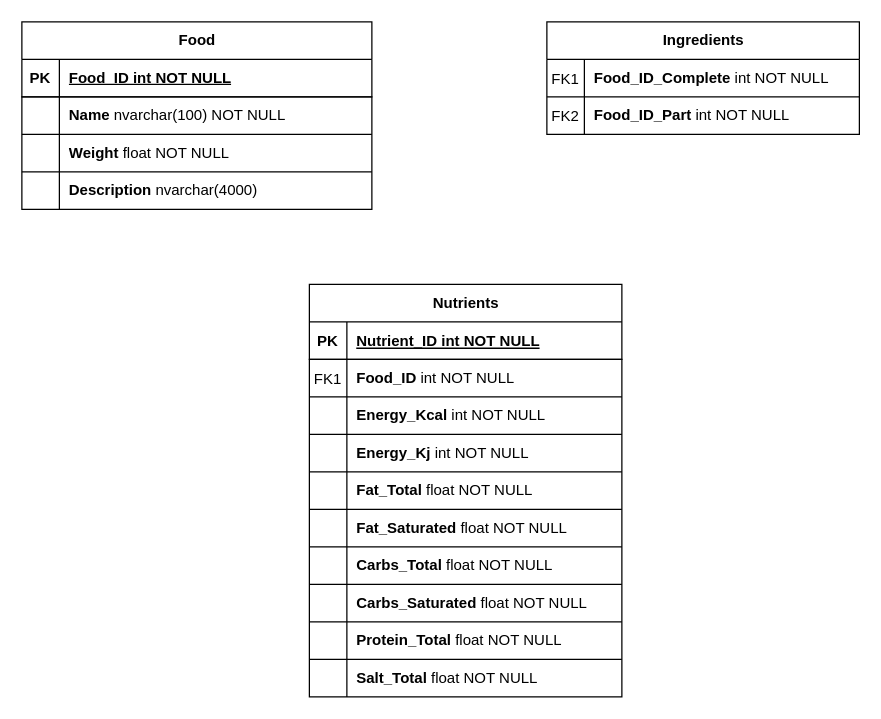
Earlier version of the draw.io diagram docs/Database Food.drawio (dod0lp/Food-Database). Source tidied: cells renumbered, new cells numbered last; positions are measured from the earlier drawing's top-left corner, leaving out a move shared by most shapes. Both pictures are drawn from the tidied source at 125%, with x=0, y=0 at pixel (21, 21).
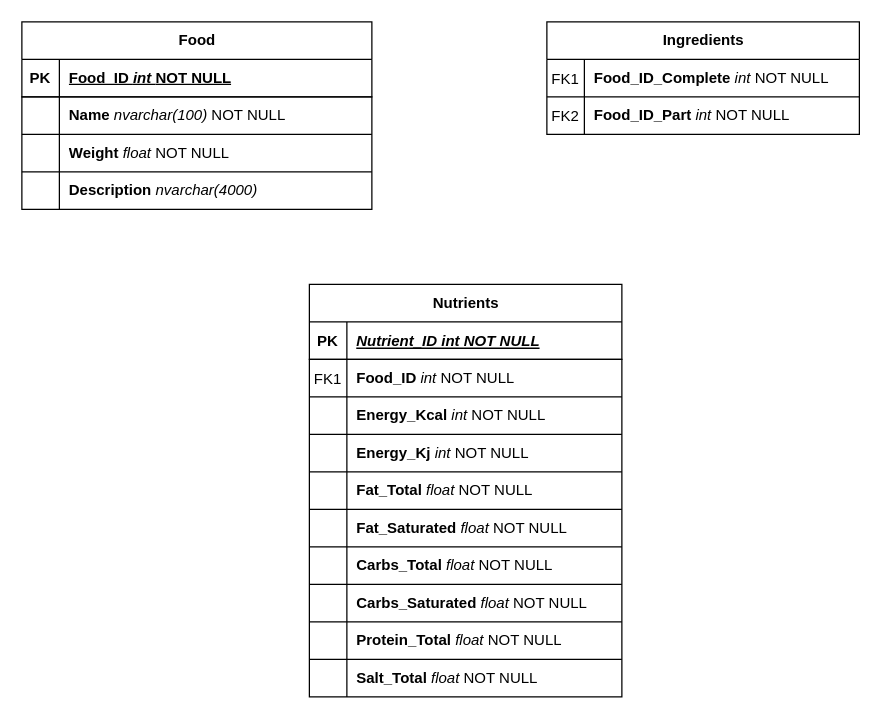
After the change.

Commit message:
Made datatypes italic

The change refers to these unchanged cells:
```xml
<mxCell id="3" style="shape=partialRectangle;fillColor=none;top=0;left=0;right=0;bottom=0;" parent="2" vertex="1">
  <mxGeometry y="30" width="250" height="30" as="geometry" />
</mxCell>
<mxCell id="6" style="shape=partialRectangle;fillColor=none;top=0;left=0;right=0;bottom=0;" parent="2" vertex="1">
  <mxGeometry y="60" width="250" height="30" as="geometry" />
</mxCell>
<mxCell id="10" style="shape=partialRectangle;fillColor=none;top=0;left=0;right=0;bottom=1;" parent="9" vertex="1">
  <mxGeometry y="30" width="250" height="30" as="geometry" />
</mxCell>
<mxCell id="13" style="shape=partialRectangle;fillColor=none;top=0;left=0;right=0;bottom=0;" parent="9" vertex="1">
  <mxGeometry y="60" width="250" height="30" as="geometry" />
</mxCell>
<mxCell id="16" style="shape=partialRectangle;fillColor=none;top=0;left=0;right=0;bottom=0;" parent="9" vertex="1">
  <mxGeometry y="90" width="250" height="30" as="geometry" />
</mxCell>
<mxCell id="19" style="shape=partialRectangle;fillColor=none;top=0;left=0;right=0;bottom=0;" parent="9" vertex="1">
  <mxGeometry y="120" width="250" height="30" as="geometry" />
</mxCell>
<mxCell id="22" style="shape=partialRectangle;fillColor=none;top=0;left=0;right=0;bottom=0;" parent="9" vertex="1">
  <mxGeometry y="150" width="250" height="30" as="geometry" />
</mxCell>
<mxCell id="25" style="shape=partialRectangle;fillColor=none;top=0;left=0;right=0;bottom=0;" parent="9" vertex="1">
  <mxGeometry y="180" width="250" height="30" as="geometry" />
</mxCell>
<mxCell id="28" style="shape=partialRectangle;fillColor=none;top=0;left=0;right=0;bottom=0;" parent="9" vertex="1">
  <mxGeometry y="210" width="250" height="30" as="geometry" />
</mxCell>
<mxCell id="31" style="shape=partialRectangle;fillColor=none;top=0;left=0;right=0;bottom=0;" parent="9" vertex="1">
  <mxGeometry y="240" width="250" height="30" as="geometry" />
</mxCell>
<mxCell id="34" style="shape=partialRectangle;fillColor=none;top=0;left=0;right=0;bottom=0;" parent="9" vertex="1">
  <mxGeometry y="270" width="250" height="30" as="geometry" />
</mxCell>
<mxCell id="37" style="shape=partialRectangle;fillColor=none;top=0;left=0;right=0;bottom=0;" parent="9" vertex="1">
  <mxGeometry y="300" width="250" height="30" as="geometry" />
</mxCell>
<mxCell id="42" style="shape=tableRow;horizontal=0;startSize=0;swimlaneHead=0;swimlaneBody=0;fillColor=none;top=0;left=0;right=0;bottom=1;" parent="41" vertex="1">
  <mxGeometry y="30" width="280" height="30" as="geometry" />
</mxCell>
<mxCell id="45" style="shape=tableRow;horizontal=0;startSize=0;swimlaneHead=0;swimlaneBody=0;fillColor=none;top=0;left=0;right=0;bottom=0;" parent="41" vertex="1">
  <mxGeometry y="60" width="280" height="30" as="geometry" />
</mxCell>
<mxCell id="48" style="shape=tableRow;horizontal=0;startSize=0;swimlaneHead=0;swimlaneBody=0;fillColor=none;top=0;left=0;right=0;bottom=0;" parent="41" vertex="1">
  <mxGeometry y="90" width="280" height="30" as="geometry" />
</mxCell>
<mxCell id="51" style="shape=tableRow;horizontal=0;startSize=0;swimlaneHead=0;swimlaneBody=0;fillColor=none;top=0;left=0;right=0;bottom=0;" parent="41" vertex="1">
  <mxGeometry y="120" width="280" height="30" as="geometry" />
</mxCell>
```

What changed in the source:
```diff
@@
-    <mxCell id="5" value="&lt;b&gt;Food_ID_Complete &lt;/b&gt;int NOT NULL" style="shape=partialRectangle;overflow=hidden;fillColor=none;top=0;left=0;bottom=0;right=0;align=left;spacingLeft=6;fontStyle=0;verticalAlign=middle;html=1;" parent="3" vertex="1">
+    <mxCell id="5" value="&lt;b&gt;Food_ID_Complete &lt;/b&gt;&lt;i&gt;int &lt;/i&gt;NOT NULL" style="shape=partialRectangle;overflow=hidden;fillColor=none;top=0;left=0;bottom=0;right=0;align=left;spacingLeft=6;fontStyle=0;verticalAlign=middle;html=1;" parent="3" vertex="1">
       <mxGeometry x="30" width="220" height="30" as="geometry" />
     </mxCell>
@@
-    <mxCell id="8" value="&lt;b&gt;Food_ID_Part&lt;/b&gt; int NOT NULL" style="shape=partialRectangle;overflow=hidden;fillColor=none;top=0;left=0;bottom=0;right=0;align=left;spacingLeft=6;html=1;" parent="6" vertex="1">
+    <mxCell id="8" value="&lt;b&gt;Food_ID_Part&lt;/b&gt; &lt;i&gt;int &lt;/i&gt;NOT NULL" style="shape=partialRectangle;overflow=hidden;fillColor=none;top=0;left=0;bottom=0;right=0;align=left;spacingLeft=6;html=1;" parent="6" vertex="1">
       <mxGeometry x="30" width="220" height="30" as="geometry" />
     </mxCell>
@@
-    <mxCell id="12" value="Nutrient_ID int NOT NULL " style="shape=partialRectangle;overflow=hidden;fillColor=none;top=0;left=0;bottom=0;right=0;align=left;spacingLeft=6;fontStyle=5;" parent="10" vertex="1">
+    <mxCell id="12" value="Nutrient_ID int NOT NULL " style="shape=partialRectangle;overflow=hidden;fillColor=none;top=0;left=0;bottom=0;right=0;align=left;spacingLeft=6;fontStyle=7;" parent="10" vertex="1">
       <mxGeometry x="30" width="220" height="30" as="geometry" />
     </mxCell>
@@
-    <mxCell id="15" value="&lt;b&gt;Food_ID &lt;/b&gt;int NOT NULL" style="shape=partialRectangle;overflow=hidden;fillColor=none;top=0;left=0;bottom=0;right=0;align=left;spacingLeft=6;fontStyle=0;html=1;" parent="13" vertex="1">
+    <mxCell id="15" value="&lt;b&gt;Food_ID &lt;/b&gt;&lt;i&gt;int &lt;/i&gt;NOT NULL" style="shape=partialRectangle;overflow=hidden;fillColor=none;top=0;left=0;bottom=0;right=0;align=left;spacingLeft=6;fontStyle=0;html=1;" parent="13" vertex="1">
       <mxGeometry x="30" width="220" height="30" as="geometry" />
     </mxCell>
@@
-    <mxCell id="18" value="&lt;b&gt;Energy_Kcal&lt;/b&gt; int NOT NULL" style="shape=partialRectangle;overflow=hidden;fillColor=none;top=0;left=0;bottom=0;right=0;align=left;spacingLeft=6;fontStyle=0;html=1;" parent="16" vertex="1">
+    <mxCell id="18" value="&lt;b&gt;Energy_Kcal&lt;/b&gt; &lt;i&gt;int &lt;/i&gt;NOT NULL" style="shape=partialRectangle;overflow=hidden;fillColor=none;top=0;left=0;bottom=0;right=0;align=left;spacingLeft=6;fontStyle=0;html=1;" parent="16" vertex="1">
       <mxGeometry x="30" width="220" height="30" as="geometry" />
     </mxCell>
@@
-    <mxCell id="21" value="&lt;b&gt;Energy_Kj &lt;/b&gt;int NOT NULL" style="shape=partialRectangle;overflow=hidden;fillColor=none;top=0;left=0;bottom=0;right=0;align=left;spacingLeft=6;html=1;" parent="19" vertex="1">
+    <mxCell id="21" value="&lt;b&gt;Energy_Kj &lt;/b&gt;&lt;i&gt;int &lt;/i&gt;NOT NULL" style="shape=partialRectangle;overflow=hidden;fillColor=none;top=0;left=0;bottom=0;right=0;align=left;spacingLeft=6;html=1;" parent="19" vertex="1">
       <mxGeometry x="30" width="220" height="30" as="geometry" />
     </mxCell>
@@
-    <mxCell id="24" value="&lt;b&gt;Fat_Total &lt;/b&gt;float NOT NULL" style="shape=partialRectangle;overflow=hidden;fillColor=none;top=0;left=0;bottom=0;right=0;align=left;spacingLeft=6;fontStyle=0;html=1;" parent="22" vertex="1">
+    <mxCell id="24" value="&lt;b&gt;Fat_Total &lt;/b&gt;&lt;i&gt;float &lt;/i&gt;NOT NULL" style="shape=partialRectangle;overflow=hidden;fillColor=none;top=0;left=0;bottom=0;right=0;align=left;spacingLeft=6;fontStyle=0;html=1;" parent="22" vertex="1">
       <mxGeometry x="30" width="220" height="30" as="geometry" />
     </mxCell>
@@
-    <mxCell id="27" value="&lt;b&gt;Fat_Saturated &lt;/b&gt;float NOT NULL" style="shape=partialRectangle;overflow=hidden;fillColor=none;top=0;left=0;bottom=0;right=0;align=left;spacingLeft=6;html=1;" parent="25" vertex="1">
+    <mxCell id="27" value="&lt;b&gt;Fat_Saturated &lt;/b&gt;&lt;i&gt;float &lt;/i&gt;NOT NULL" style="shape=partialRectangle;overflow=hidden;fillColor=none;top=0;left=0;bottom=0;right=0;align=left;spacingLeft=6;html=1;" parent="25" vertex="1">
       <mxGeometry x="30" width="220" height="30" as="geometry" />
     </mxCell>
@@
-    <mxCell id="30" value="&lt;b&gt;Carbs_Total &lt;/b&gt;float NOT NULL" style="shape=partialRectangle;overflow=hidden;fillColor=none;top=0;left=0;bottom=0;right=0;align=left;spacingLeft=6;html=1;" parent="28" vertex="1">
+    <mxCell id="30" value="&lt;b&gt;Carbs_Total &lt;/b&gt;&lt;i&gt;float &lt;/i&gt;NOT NULL" style="shape=partialRectangle;overflow=hidden;fillColor=none;top=0;left=0;bottom=0;right=0;align=left;spacingLeft=6;html=1;" parent="28" vertex="1">
       <mxGeometry x="30" width="220" height="30" as="geometry" />
     </mxCell>
@@
-    <mxCell id="33" value="&lt;b&gt;Carbs_Saturated &lt;/b&gt;float NOT NULL" style="shape=partialRectangle;overflow=hidden;fillColor=none;top=0;left=0;bottom=0;right=0;align=left;spacingLeft=6;html=1;" parent="31" vertex="1">
+    <mxCell id="33" value="&lt;b&gt;Carbs_Saturated &lt;/b&gt;&lt;i&gt;float &lt;/i&gt;NOT NULL" style="shape=partialRectangle;overflow=hidden;fillColor=none;top=0;left=0;bottom=0;right=0;align=left;spacingLeft=6;html=1;" parent="31" vertex="1">
       <mxGeometry x="30" width="220" height="30" as="geometry" />
     </mxCell>
@@
-    <mxCell id="36" value="&lt;b&gt;Protein_Total &lt;/b&gt;float NOT NULL" style="shape=partialRectangle;overflow=hidden;fillColor=none;top=0;left=0;bottom=0;right=0;align=left;spacingLeft=6;html=1;" parent="34" vertex="1">
+    <mxCell id="36" value="&lt;b&gt;Protein_Total &lt;/b&gt;&lt;i&gt;float &lt;/i&gt;NOT NULL" style="shape=partialRectangle;overflow=hidden;fillColor=none;top=0;left=0;bottom=0;right=0;align=left;spacingLeft=6;html=1;" parent="34" vertex="1">
       <mxGeometry x="30" width="220" height="30" as="geometry" />
     </mxCell>
@@
-    <mxCell id="39" value="&lt;b&gt;Salt_Total &lt;/b&gt;float NOT NULL" style="shape=partialRectangle;overflow=hidden;fillColor=none;top=0;left=0;bottom=0;right=0;align=left;spacingLeft=6;html=1;" parent="37" vertex="1">
+    <mxCell id="39" value="&lt;b&gt;Salt_Total &lt;/b&gt;&lt;i&gt;float &lt;/i&gt;NOT NULL" style="shape=partialRectangle;overflow=hidden;fillColor=none;top=0;left=0;bottom=0;right=0;align=left;spacingLeft=6;html=1;" parent="37" vertex="1">
       <mxGeometry x="30" width="220" height="30" as="geometry" />
     </mxCell>
@@
-    <mxCell id="44" value="Food_ID int NOT NULL" style="shape=partialRectangle;fillColor=none;top=0;left=0;bottom=0;right=0;align=left;spacingLeft=6;fontStyle=5;overflow=hidden;whiteSpace=wrap;html=1;" parent="42" vertex="1">
+    <mxCell id="44" value="Food_ID &lt;i&gt;int &lt;/i&gt;NOT NULL" style="shape=partialRectangle;fillColor=none;top=0;left=0;bottom=0;right=0;align=left;spacingLeft=6;fontStyle=5;overflow=hidden;whiteSpace=wrap;html=1;" parent="42" vertex="1">
       <mxGeometry x="30" width="250" height="30" as="geometry" />
     </mxCell>
@@
-    <mxCell id="47" value="&lt;b&gt;Name&lt;/b&gt; nvarchar(100) NOT NULL" style="shape=partialRectangle;fillColor=none;top=0;left=0;bottom=0;right=0;align=left;spacingLeft=6;overflow=hidden;whiteSpace=wrap;html=1;" parent="45" vertex="1">
+    <mxCell id="47" value="&lt;b&gt;Name&lt;/b&gt; &lt;i&gt;nvarchar(100)&lt;/i&gt; NOT NULL" style="shape=partialRectangle;fillColor=none;top=0;left=0;bottom=0;right=0;align=left;spacingLeft=6;overflow=hidden;whiteSpace=wrap;html=1;" parent="45" vertex="1">
       <mxGeometry x="30" width="250" height="30" as="geometry" />
     </mxCell>
@@
-    <mxCell id="50" value="&lt;b&gt;Weight &lt;/b&gt;float NOT NULL" style="shape=partialRectangle;fillColor=none;top=0;left=0;bottom=0;right=0;align=left;spacingLeft=6;overflow=hidden;whiteSpace=wrap;html=1;" parent="48" vertex="1">
+    <mxCell id="50" value="&lt;b&gt;Weight &lt;/b&gt;&lt;i&gt;float &lt;/i&gt;NOT NULL" style="shape=partialRectangle;fillColor=none;top=0;left=0;bottom=0;right=0;align=left;spacingLeft=6;overflow=hidden;whiteSpace=wrap;html=1;" parent="48" vertex="1">
       <mxGeometry x="30" width="250" height="30" as="geometry" />
     </mxCell>
@@
-    <mxCell id="53" value="&lt;b&gt;Description&lt;/b&gt; nvarchar(4000)" style="shape=partialRectangle;fillColor=none;top=0;left=0;bottom=0;right=0;align=left;spacingLeft=6;overflow=hidden;whiteSpace=wrap;html=1;" parent="51" vertex="1">
+    <mxCell id="53" value="&lt;b&gt;Description&lt;/b&gt; &lt;i&gt;nvarchar(4000)&lt;/i&gt;" style="shape=partialRectangle;fillColor=none;top=0;left=0;bottom=0;right=0;align=left;spacingLeft=6;overflow=hidden;whiteSpace=wrap;html=1;" parent="51" vertex="1">
       <mxGeometry x="30" width="250" height="30" as="geometry" />
     </mxCell>
```
